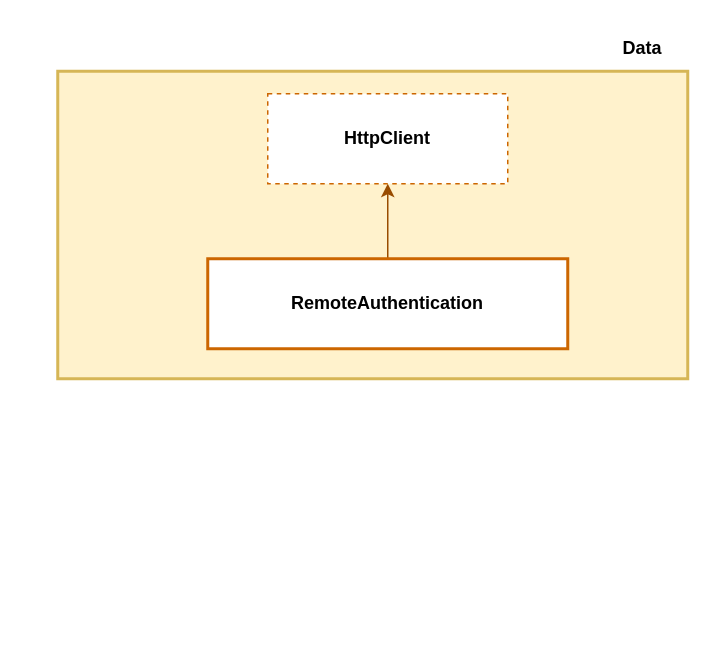
This is diagrams/authentication_use_case.drawio from rrs-sistema/mobile-sales-micros-services, a draw.io file, before an edit. Source tidied: cells renumbered, new cells numbered last; positions are measured from the earlier drawing's top-left corner, leaving out a move shared by most shapes. Both pictures are drawn from the tidied source at 150%, with x=0, y=0 at pixel (57, 26).
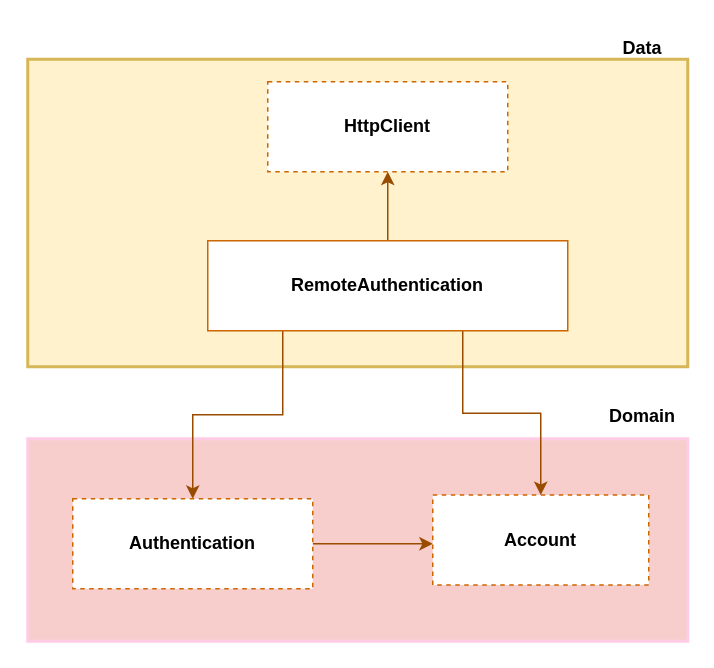
The same page after the edit.

The edit, as a diff of the source:
```diff
@@
 <mxGraphModel>
   <root>
     <mxCell id="0" />
     <mxCell id="1" parent="0" />
+    <mxCell id="7" style="rounded=0;whiteSpace=wrap;html=1;fillColor=#f8cecc;strokeColor=#FFCCE6;strokeWidth=2;" parent="1" vertex="1">
+      <mxGeometry x="-20" y="275" width="440" height="135" as="geometry" />
+    </mxCell>
     <mxCell id="2" style="rounded=0;whiteSpace=wrap;html=1;fillColor=#fff2cc;strokeColor=#d6b656;strokeWidth=2;" parent="1" vertex="1">
-      <mxGeometry y="30" width="420" height="205" as="geometry" />
+      <mxGeometry x="-20" y="22" width="440" height="205" as="geometry" />
     </mxCell>
     <mxCell id="3" value="&lt;b&gt;HttpClient&lt;/b&gt;" style="rounded=0;whiteSpace=wrap;html=1;strokeColor=#CC6600;strokeWidth=1;fillColor=default;dashed=1;" parent="1" vertex="1">
-      <mxGeometry x="140" y="45" width="160" height="60" as="geometry" />
+      <mxGeometry x="140" y="37" width="160" height="60" as="geometry" />
     </mxCell>
     <mxCell id="4" style="edgeStyle=orthogonalEdgeStyle;rounded=0;jettySize=auto;html=1;entryX=0.5;entryY=1;entryDx=0;entryDy=0;strokeColor=#994C00;" parent="1" edge="1" source="5" target="3">
       <mxGeometry relative="1" as="geometry" />
     </mxCell>
+    <mxCell id="8" style="edgeStyle=orthogonalEdgeStyle;rounded=0;jettySize=auto;html=1;entryX=0.5;entryY=0;entryDx=0;entryDy=0;strokeColor=#994C00;" parent="1" edge="1" source="5" target="11">
+      <mxGeometry relative="1" as="geometry">
+        <Array as="points">
+          <mxPoint x="150" y="259" />
+          <mxPoint x="90" y="259" />
+        </Array>
+      </mxGeometry>
+    </mxCell>
+    <mxCell id="9" style="edgeStyle=orthogonalEdgeStyle;rounded=0;jettySize=auto;html=1;entryX=0.5;entryY=0;entryDx=0;entryDy=0;strokeColor=#994C00;" parent="1" edge="1" source="5" target="12">
+      <mxGeometry relative="1" as="geometry">
+        <Array as="points">
+          <mxPoint x="270" y="258" />
+          <mxPoint x="322" y="258" />
+        </Array>
+      </mxGeometry>
+    </mxCell>
-    <mxCell id="5" value="&lt;b&gt;RemoteAuthentication&lt;/b&gt;" style="rounded=0;whiteSpace=wrap;html=1;strokeColor=#CC6600;strokeWidth=2;fillColor=default;" parent="1" vertex="1">
-      <mxGeometry x="100" y="155" width="240" height="60" as="geometry" />
+    <mxCell id="5" value="&lt;b&gt;RemoteAuthentication&lt;/b&gt;" style="rounded=0;whiteSpace=wrap;html=1;strokeColor=#CC6600;strokeWidth=1;fillColor=default;" parent="1" vertex="1">
+      <mxGeometry x="100" y="143" width="240" height="60" as="geometry" />
     </mxCell>
     <mxCell id="6" value="&lt;b&gt;Data&lt;/b&gt;" style="text;html=1;strokeColor=none;fillColor=none;align=center;verticalAlign=middle;whiteSpace=wrap;rounded=0;dashed=1;" parent="1" vertex="1">
       <mxGeometry x="360" width="60" height="30" as="geometry" />
     </mxCell>
+    <mxCell id="10" style="edgeStyle=orthogonalEdgeStyle;rounded=0;jettySize=auto;html=1;strokeColor=#994C00;" parent="1" edge="1" source="11" target="12">
+      <mxGeometry relative="1" as="geometry">
+        <Array as="points">
+          <mxPoint x="230" y="345" />
+          <mxPoint x="230" y="345" />
+        </Array>
+      </mxGeometry>
+    </mxCell>
+    <mxCell id="11" value="&lt;b&gt;Authentication&lt;/b&gt;" style="rounded=0;whiteSpace=wrap;html=1;strokeColor=#CC6600;strokeWidth=1;fillColor=default;dashed=1;" parent="1" vertex="1">
+      <mxGeometry x="10" y="315" width="160" height="60" as="geometry" />
+    </mxCell>
+    <mxCell id="12" value="&lt;b&gt;Account&lt;/b&gt;" style="rounded=0;whiteSpace=wrap;html=1;strokeColor=#CC6600;strokeWidth=1;fillColor=default;dashed=1;" parent="1" vertex="1">
+      <mxGeometry x="250" y="312.5" width="144" height="60" as="geometry" />
+    </mxCell>
+    <mxCell id="13" value="&lt;b&gt;Domain&lt;/b&gt;" style="text;html=1;strokeColor=none;fillColor=none;align=center;verticalAlign=middle;whiteSpace=wrap;rounded=0;dashed=1;" parent="1" vertex="1">
+      <mxGeometry x="360" y="245" width="60" height="30" as="geometry" />
+    </mxCell>
   </root>
 </mxGraphModel>
```
